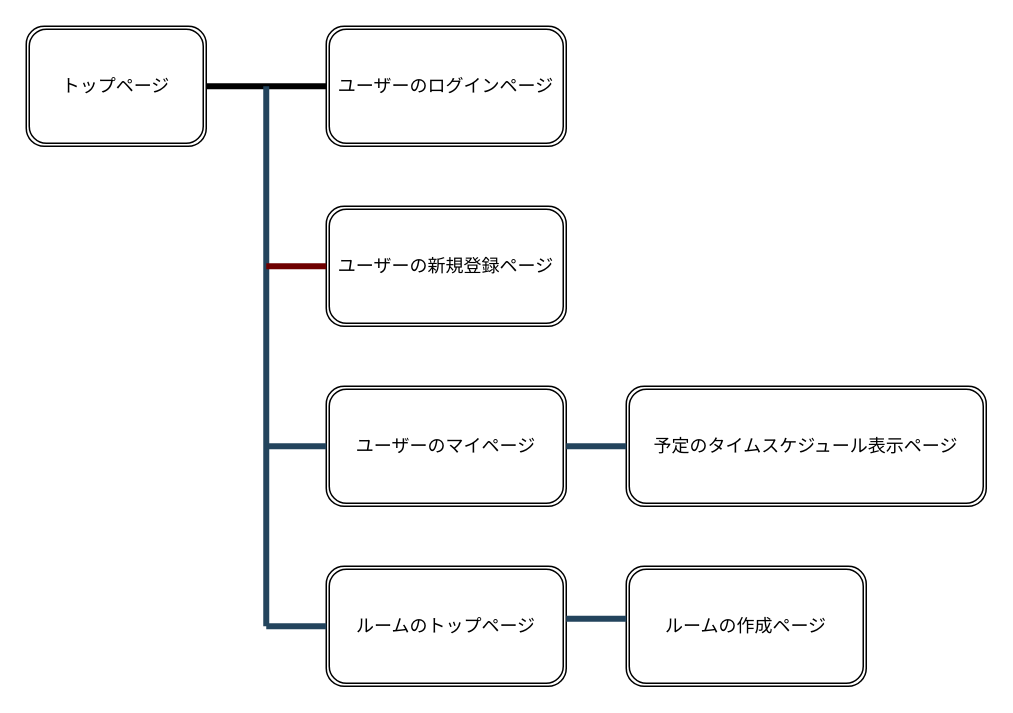
The draw.io diagram Screen_transition.dio in gessodog/schedule_share, before the edit. Source tidied: cells renumbered, new cells numbered last; positions are measured from the earlier drawing's top-left corner, leaving out a move shared by most shapes. Both pictures are drawn from the tidied source at 150%, with x=0, y=0 at pixel (26, 26).
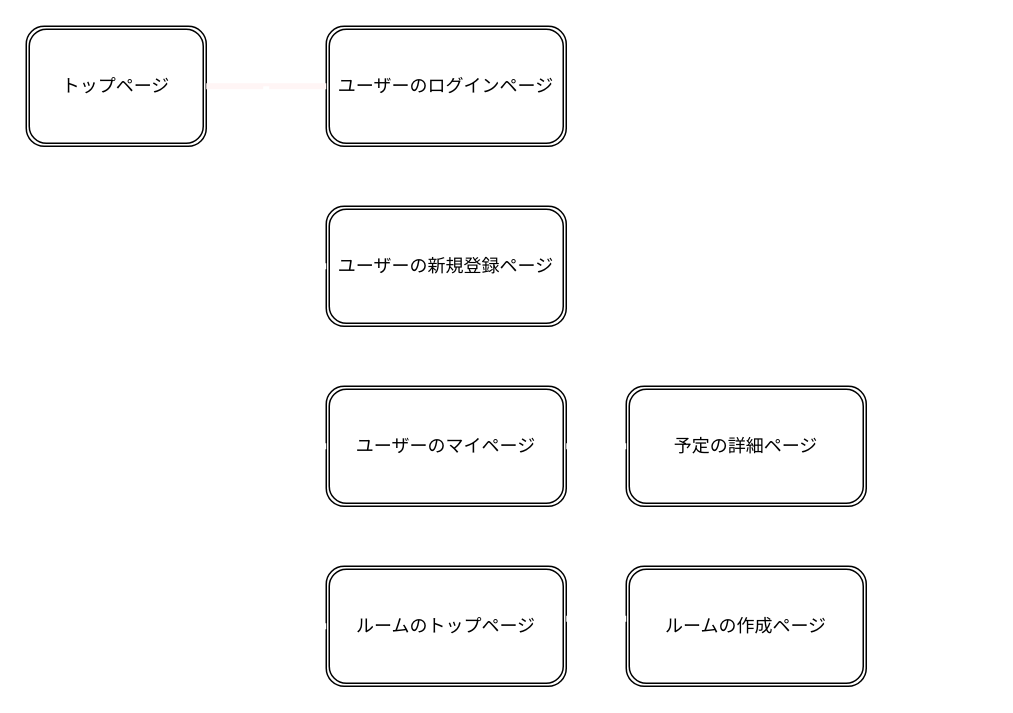
After the change.

Diff of the diagram source:
```diff
@@
 <mxGraphModel>
   <root>
     <mxCell id="0" />
     <mxCell id="1" parent="0" />
     <mxCell id="2" style="edgeStyle=none;html=1;exitX=1;exitY=0.5;exitDx=0;exitDy=0;entryX=1;entryY=0.5;entryDx=0;entryDy=0;entryPerimeter=0;" parent="1" edge="1" source="3" target="3">
       <mxGeometry relative="1" as="geometry" />
     </mxCell>
     <mxCell id="3" value="トップページ" style="shape=ext;double=1;rounded=1;whiteSpace=wrap;html=1;" parent="1" vertex="1">
       <mxGeometry width="120" height="80" as="geometry" />
     </mxCell>
     <mxCell id="4" value="ユーザーのログインページ" style="shape=ext;double=1;rounded=1;whiteSpace=wrap;html=1;" parent="1" vertex="1">
       <mxGeometry x="200" width="160" height="80" as="geometry" />
     </mxCell>
-    <mxCell id="5" style="line;strokeWidth=4;html=1;perimeter=backbonePerimeter;fillColor=none;" parent="1" vertex="1">
+    <mxCell id="5" style="line;strokeWidth=4;html=1;perimeter=backbonePerimeter;fillColor=#f5f5f5;strokeColor=#FFF5F5;fontColor=#333333;" parent="1" vertex="1">
       <mxGeometry x="120" y="35" width="80" height="10" as="geometry" />
     </mxCell>
     <mxCell id="6" value="ユーザーの新規登録ページ" style="shape=ext;double=1;rounded=1;whiteSpace=wrap;html=1;" parent="1" vertex="1">
       <mxGeometry x="200" y="120" width="160" height="80" as="geometry" />
     </mxCell>
     <mxCell id="7" value="ユーザーのマイページ" style="shape=ext;double=1;rounded=1;whiteSpace=wrap;html=1;" parent="1" vertex="1">
       <mxGeometry x="200" y="240" width="160" height="80" as="geometry" />
     </mxCell>
     <mxCell id="8" value="ルームのトップページ" style="shape=ext;double=1;rounded=1;whiteSpace=wrap;html=1;" parent="1" vertex="1">
       <mxGeometry x="200" y="360" width="160" height="80" as="geometry" />
     </mxCell>
-    <mxCell id="9" style="line;strokeWidth=4;direction=south;html=1;perimeter=backbonePerimeter;fillColor=#bac8d3;strokeColor=#23445d;" parent="1" vertex="1">
+    <mxCell id="9" style="line;strokeWidth=4;direction=south;html=1;perimeter=backbonePerimeter;fillColor=#bac8d3;strokeColor=#FFFFFF;" parent="1" vertex="1">
       <mxGeometry x="155" y="40" width="10" height="360" as="geometry" />
     </mxCell>
-    <mxCell id="10" style="line;strokeWidth=4;html=1;perimeter=backbonePerimeter;fillColor=#a20025;strokeColor=#6F0000;fontColor=#ffffff;" parent="1" vertex="1">
+    <mxCell id="10" style="line;strokeWidth=4;html=1;perimeter=backbonePerimeter;fillColor=#a20025;strokeColor=#FFFFFF;fontColor=#ffffff;" parent="1" vertex="1">
       <mxGeometry x="160" y="155" width="40" height="10" as="geometry" />
     </mxCell>
-    <mxCell id="11" style="line;strokeWidth=4;html=1;perimeter=backbonePerimeter;fillColor=#bac8d3;strokeColor=#23445d;" parent="1" vertex="1">
+    <mxCell id="11" style="line;strokeWidth=4;html=1;perimeter=backbonePerimeter;fillColor=#bac8d3;strokeColor=#FFFFFF;" parent="1" vertex="1">
       <mxGeometry x="160" y="275" width="40" height="10" as="geometry" />
     </mxCell>
-    <mxCell id="12" style="line;strokeWidth=4;html=1;perimeter=backbonePerimeter;fillColor=#bac8d3;strokeColor=#23445d;" parent="1" vertex="1">
+    <mxCell id="12" style="line;strokeWidth=4;html=1;perimeter=backbonePerimeter;fillColor=#bac8d3;strokeColor=#FFFFFF;" parent="1" vertex="1">
       <mxGeometry x="160" y="395" width="40" height="10" as="geometry" />
     </mxCell>
-    <mxCell id="13" value="予定のタイムスケジュール表示ページ" style="shape=ext;double=1;rounded=1;whiteSpace=wrap;html=1;" parent="1" vertex="1">
-      <mxGeometry x="400" y="240" width="240" height="80" as="geometry" />
+    <mxCell id="13" value="予定の詳細ページ" style="shape=ext;double=1;rounded=1;whiteSpace=wrap;html=1;" parent="1" vertex="1">
+      <mxGeometry x="400" y="240" width="160" height="80" as="geometry" />
     </mxCell>
-    <mxCell id="14" style="line;strokeWidth=4;html=1;fillColor=#bac8d3;strokeColor=#23445d;" parent="1" vertex="1">
+    <mxCell id="14" style="line;strokeWidth=4;html=1;fillColor=#bac8d3;strokeColor=#FFFFFF;" parent="1" vertex="1">
       <mxGeometry x="360" y="275" width="40" height="10" as="geometry" />
     </mxCell>
     <mxCell id="15" value="ルームの作成ページ" style="shape=ext;double=1;rounded=1;whiteSpace=wrap;html=1;" parent="1" vertex="1">
       <mxGeometry x="400" y="360" width="160" height="80" as="geometry" />
     </mxCell>
-    <mxCell id="16" style="line;strokeWidth=4;html=1;fillColor=#bac8d3;strokeColor=#23445d;" parent="1" vertex="1">
+    <mxCell id="16" style="line;strokeWidth=4;html=1;fillColor=#bac8d3;strokeColor=#FFFFFF;" parent="1" vertex="1">
       <mxGeometry x="360" y="390" width="40" height="10" as="geometry" />
     </mxCell>
   </root>
 </mxGraphModel>
```
